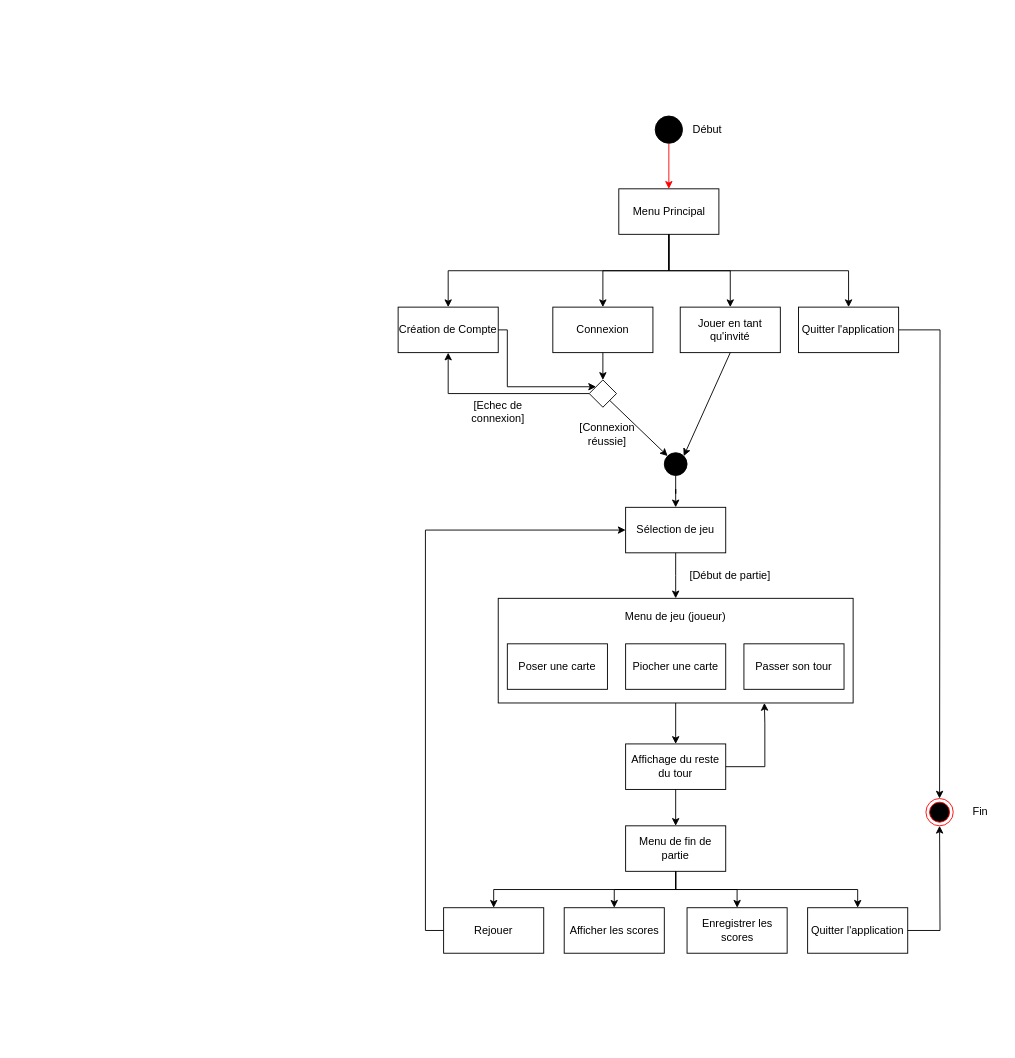
The draw.io diagram Diagrams/State Diagram.drawio in MailineN/ProjetInfo2A, before the edit. Source tidied: cells renumbered, new cells numbered last; positions are measured from the earlier drawing's top-left corner, leaving out a move shared by most shapes. Both pictures are drawn from the tidied source at 91%, with x=0, y=0 at pixel (398, 116).
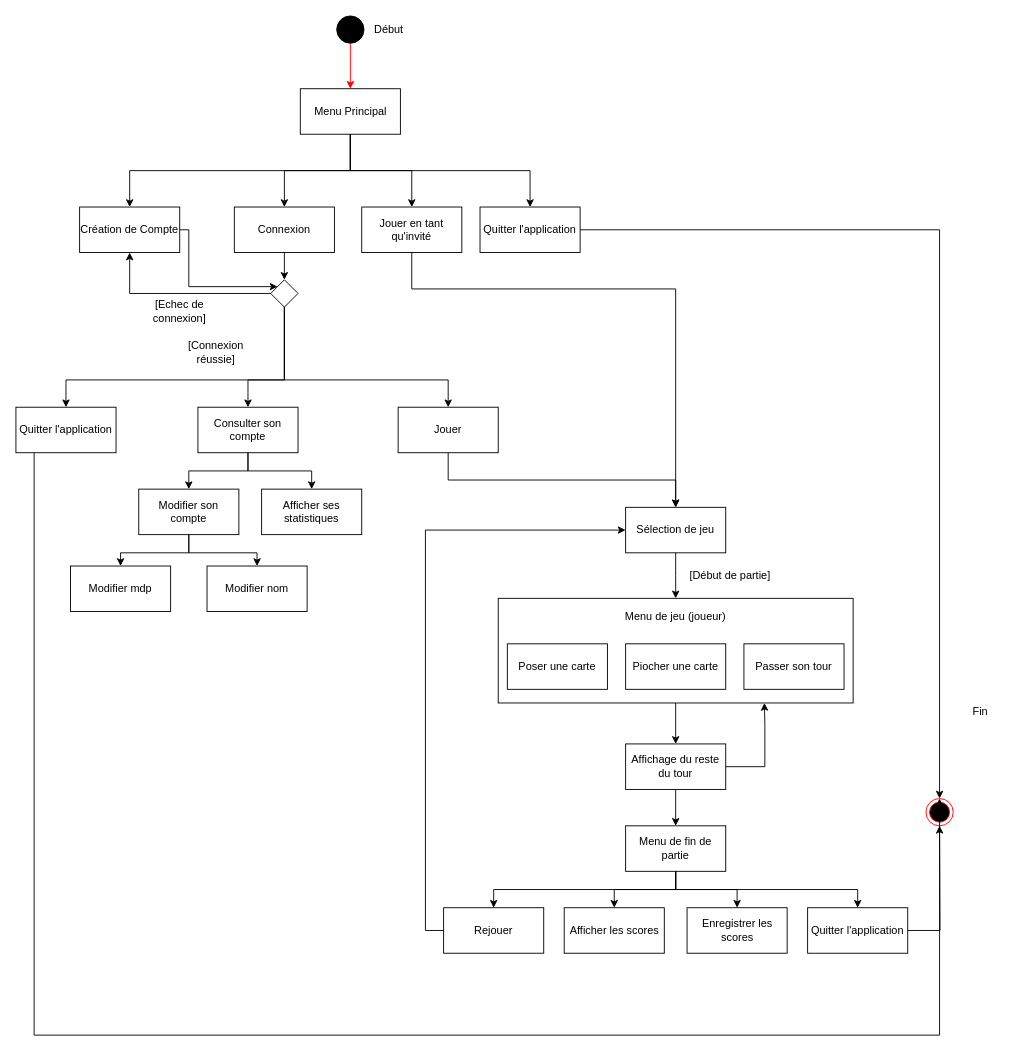
The same diagram, later.

The change refers to these unchanged cells:
```xml
<mxCell id="2" style="ellipse;html=1;shape=endState;fillColor=#000000;strokeColor=#ff0000;" parent="1" vertex="1">
  <mxGeometry x="580" y="750" width="30" height="30" as="geometry" />
</mxCell>
<mxCell id="16" value="Sélection de jeu" style="rounded=0;whiteSpace=wrap;html=1;fillColor=none;" parent="1" vertex="1">
  <mxGeometry x="250" y="430" width="110" height="50" as="geometry" />
</mxCell>
```

Change to the diagram source:
```diff
@@
     <mxCell id="3" value="Début" style="text;html=1;strokeColor=none;fillColor=none;align=center;verticalAlign=middle;whiteSpace=wrap;rounded=0;" parent="1" vertex="1">
-      <mxGeometry x="320" y="5" width="40" height="20" as="geometry" />
+      <mxGeometry x="-30" y="-105" width="40" height="20" as="geometry" />
     </mxCell>
     <mxCell id="4" style="ellipse;whiteSpace=wrap;html=1;fillColor=#000000;" parent="1" vertex="1">
-      <mxGeometry x="282.5" width="30" height="30" as="geometry" />
+      <mxGeometry x="-67.5" y="-110" width="30" height="30" as="geometry" />
     </mxCell>
     <mxCell id="5" style="endArrow=classic;html=1;exitX=0.5;exitY=1;exitDx=0;exitDy=0;strokeColor=#FF0000;" parent="1" edge="1" source="4">
       <mxGeometry relative="1" as="geometry">
-        <mxPoint x="297.5" y="80" as="targetPoint" />
+        <mxPoint x="-52.5" y="-30" as="targetPoint" />
       </mxGeometry>
     </mxCell>
@@
     <mxCell id="10" value="Menu Principal" style="rounded=0;whiteSpace=wrap;html=1;fillColor=none;" parent="1" vertex="1">
-      <mxGeometry x="242.5" y="80" width="110" height="50" as="geometry" />
+      <mxGeometry x="-107.5" y="-30" width="110" height="50" as="geometry" />
     </mxCell>
     <mxCell id="11" style="edgeStyle=orthogonalEdgeStyle;rounded=0;jettySize=auto;html=1;exitX=1;exitY=0.5;exitDx=0;exitDy=0;entryX=0;entryY=0;entryDx=0;entryDy=0;strokeColor=#000000;" parent="1" edge="1" source="12" target="49">
       <mxGeometry relative="1" as="geometry">
         <Array as="points">
-          <mxPoint x="120" y="235" />
-          <mxPoint x="120" y="298" />
+          <mxPoint x="-230" y="125" />
+          <mxPoint x="-230" y="188" />
         </Array>
       </mxGeometry>
     </mxCell>
     <mxCell id="12" value="Création de Compte" style="rounded=0;whiteSpace=wrap;html=1;fillColor=none;" parent="1" vertex="1">
-      <mxGeometry y="210" width="110" height="50" as="geometry" />
+      <mxGeometry x="-350" y="100" width="110" height="50" as="geometry" />
     </mxCell>
     <mxCell id="13" value="Connexion" style="rounded=0;whiteSpace=wrap;html=1;fillColor=none;" parent="1" vertex="1">
-      <mxGeometry x="170" y="210" width="110" height="50" as="geometry" />
+      <mxGeometry x="-180" y="100" width="110" height="50" as="geometry" />
     </mxCell>
+    <mxCell id="50" style="edgeStyle=orthogonalEdgeStyle;rounded=0;jettySize=auto;html=1;exitX=0.5;exitY=1;exitDx=0;exitDy=0;" parent="1" edge="1" source="14" target="16">
+      <mxGeometry relative="1" as="geometry">
+        <Array as="points">
+          <mxPoint x="15" y="190" />
+          <mxPoint x="305" y="190" />
+        </Array>
+      </mxGeometry>
+    </mxCell>
     <mxCell id="14" value="Jouer en tant qu'invité" style="rounded=0;whiteSpace=wrap;html=1;fillColor=none;" parent="1" vertex="1">
-      <mxGeometry x="310" y="210" width="110" height="50" as="geometry" />
+      <mxGeometry x="-40" y="100" width="110" height="50" as="geometry" />
     </mxCell>
@@
-    <mxCell id="17" style="edgeStyle=orthogonalEdgeStyle;rounded=0;jettySize=auto;html=1;exitX=0.5;exitY=1;exitDx=0;exitDy=0;" parent="1" edge="1" source="18" target="16">
-      <mxGeometry relative="1" as="geometry" />
-    </mxCell>
-    <mxCell id="18" style="ellipse;whiteSpace=wrap;html=1;fillColor=#000000;" parent="1" vertex="1">
-      <mxGeometry x="292.5" y="370" width="25" height="25" as="geometry" />
-    </mxCell>
-    <mxCell id="19" style="endArrow=classic;html=1;exitX=0.5;exitY=1;exitDx=0;exitDy=0;entryX=1;entryY=0;entryDx=0;entryDy=0;" parent="1" edge="1" source="14" target="18">
-      <mxGeometry relative="1" as="geometry" />
-    </mxCell>
     <mxCell id="20" style="endArrow=classic;html=1;exitX=0.5;exitY=1;exitDx=0;exitDy=0;entryX=0.5;entryY=0;entryDx=0;entryDy=0;" parent="1" edge="1" source="13">
       <mxGeometry relative="1" as="geometry">
-        <mxPoint x="225" y="290" as="targetPoint" />
+        <mxPoint x="-125" y="180" as="targetPoint" />
       </mxGeometry>
     </mxCell>
     <mxCell id="21" value="[Connexion réussie]" style="text;html=1;strokeColor=none;fillColor=none;align=center;verticalAlign=middle;whiteSpace=wrap;rounded=0;" parent="1" vertex="1">
-      <mxGeometry x="210" y="340" width="40" height="20" as="geometry" />
+      <mxGeometry x="-220" y="250" width="40" height="20" as="geometry" />
     </mxCell>
@@
-    <mxCell id="23" style="endArrow=classic;html=1;entryX=0;entryY=0;entryDx=0;entryDy=0;exitX=1;exitY=1;exitDx=0;exitDy=0;" parent="1" edge="1" source="49" target="18">
-      <mxGeometry relative="1" as="geometry" />
-    </mxCell>
     <mxCell id="24" value="[Echec de connexion]" style="text;html=1;strokeColor=none;fillColor=none;align=center;verticalAlign=middle;whiteSpace=wrap;rounded=0;" parent="1" vertex="1">
-      <mxGeometry x="90" y="315" width="40" height="20" as="geometry" />
+      <mxGeometry x="-260" y="205" width="40" height="20" as="geometry" />
     </mxCell>
@@
-    <mxCell id="34" style="edgeStyle=orthogonalEdgeStyle;rounded=0;jettySize=auto;html=1;exitX=1;exitY=0.5;exitDx=0;exitDy=0;entryX=0.5;entryY=0;entryDx=0;entryDy=0;strokeColor=#000000;" parent="1" edge="1" source="35">
-      <mxGeometry relative="1" as="geometry">
-        <mxPoint x="595" y="750" as="targetPoint" />
-      </mxGeometry>
+    <mxCell id="34" style="edgeStyle=orthogonalEdgeStyle;rounded=0;jettySize=auto;html=1;exitX=1;exitY=0.5;exitDx=0;exitDy=0;entryX=0.5;entryY=0;entryDx=0;entryDy=0;strokeColor=#000000;" parent="1" edge="1" source="35" target="2">
+      <mxGeometry relative="1" as="geometry" />
     </mxCell>
     <mxCell id="35" value="Quitter l'application" style="rounded=0;whiteSpace=wrap;html=1;fillColor=none;" parent="1" vertex="1">
-      <mxGeometry x="440" y="210" width="110" height="50" as="geometry" />
+      <mxGeometry x="90" y="100" width="110" height="50" as="geometry" />
     </mxCell>
@@
     <mxCell id="48" value="Fin" style="text;html=1;strokeColor=none;fillColor=none;align=center;verticalAlign=middle;whiteSpace=wrap;rounded=0;" parent="1" vertex="1">
-      <mxGeometry x="620" y="755" width="40" height="20" as="geometry" />
+      <mxGeometry x="620" y="645" width="40" height="20" as="geometry" />
     </mxCell>
+    <mxCell id="51" style="edgeStyle=orthogonalEdgeStyle;rounded=0;jettySize=auto;html=1;exitX=0.5;exitY=1;exitDx=0;exitDy=0;" parent="1" edge="1" source="49" target="55">
+      <mxGeometry relative="1" as="geometry">
+        <Array as="points">
+          <mxPoint x="-125" y="290" />
+          <mxPoint x="55" y="290" />
+        </Array>
+      </mxGeometry>
+    </mxCell>
+    <mxCell id="52" style="edgeStyle=orthogonalEdgeStyle;rounded=0;jettySize=auto;html=1;exitX=0.5;exitY=1;exitDx=0;exitDy=0;entryX=0.5;entryY=0;entryDx=0;entryDy=0;" parent="1" edge="1" source="49" target="58">
+      <mxGeometry relative="1" as="geometry">
+        <Array as="points">
+          <mxPoint x="-125" y="290" />
+          <mxPoint x="-165" y="290" />
+        </Array>
+      </mxGeometry>
+    </mxCell>
+    <mxCell id="53" style="edgeStyle=orthogonalEdgeStyle;rounded=0;jettySize=auto;html=1;exitX=0.5;exitY=1;exitDx=0;exitDy=0;" parent="1" edge="1" source="49" target="64">
+      <mxGeometry relative="1" as="geometry">
+        <Array as="points">
+          <mxPoint x="-125" y="290" />
+          <mxPoint x="-365" y="290" />
+        </Array>
+      </mxGeometry>
+    </mxCell>
     <mxCell id="49" style="rhombus;whiteSpace=wrap;html=1;" parent="1" vertex="1">
-      <mxGeometry x="210" y="290" width="30" height="30" as="geometry" />
+      <mxGeometry x="-140" y="180" width="30" height="30" as="geometry" />
     </mxCell>
+    <mxCell id="54" style="edgeStyle=orthogonalEdgeStyle;rounded=0;jettySize=auto;html=1;exitX=0.5;exitY=1;exitDx=0;exitDy=0;entryX=0.5;entryY=0;entryDx=0;entryDy=0;" parent="1" edge="1" source="55" target="16">
+      <mxGeometry relative="1" as="geometry" />
+    </mxCell>
+    <mxCell id="55" value="Jouer" style="rounded=0;whiteSpace=wrap;html=1;fillColor=none;" parent="1" vertex="1">
+      <mxGeometry y="320" width="110" height="50" as="geometry" />
+    </mxCell>
+    <mxCell id="56" style="edgeStyle=orthogonalEdgeStyle;rounded=0;jettySize=auto;html=1;exitX=0.5;exitY=1;exitDx=0;exitDy=0;entryX=0.5;entryY=0;entryDx=0;entryDy=0;" parent="1" edge="1" source="58" target="61">
+      <mxGeometry relative="1" as="geometry" />
+    </mxCell>
+    <mxCell id="57" style="edgeStyle=orthogonalEdgeStyle;rounded=0;jettySize=auto;html=1;exitX=0.5;exitY=1;exitDx=0;exitDy=0;entryX=0.5;entryY=0;entryDx=0;entryDy=0;" parent="1" edge="1" source="58" target="62">
+      <mxGeometry relative="1" as="geometry" />
+    </mxCell>
+    <mxCell id="58" value="Consulter son compte" style="rounded=0;whiteSpace=wrap;html=1;fillColor=none;" parent="1" vertex="1">
+      <mxGeometry x="-220" y="320" width="110" height="50" as="geometry" />
+    </mxCell>
+    <mxCell id="59" style="edgeStyle=orthogonalEdgeStyle;rounded=0;jettySize=auto;html=1;exitX=0.5;exitY=1;exitDx=0;exitDy=0;" parent="1" edge="1" source="61" target="66">
+      <mxGeometry relative="1" as="geometry" />
+    </mxCell>
+    <mxCell id="60" style="edgeStyle=orthogonalEdgeStyle;rounded=0;jettySize=auto;html=1;exitX=0.5;exitY=1;exitDx=0;exitDy=0;entryX=0.5;entryY=0;entryDx=0;entryDy=0;" parent="1" edge="1" source="61" target="65">
+      <mxGeometry relative="1" as="geometry" />
+    </mxCell>
+    <mxCell id="61" value="Modifier son compte" style="rounded=0;whiteSpace=wrap;html=1;fillColor=none;" parent="1" vertex="1">
+      <mxGeometry x="-285" y="410" width="110" height="50" as="geometry" />
+    </mxCell>
+    <mxCell id="62" value="Afficher ses statistiques" style="rounded=0;whiteSpace=wrap;html=1;fillColor=none;" parent="1" vertex="1">
+      <mxGeometry x="-150" y="410" width="110" height="50" as="geometry" />
+    </mxCell>
+    <mxCell id="63" style="edgeStyle=orthogonalEdgeStyle;rounded=0;jettySize=auto;html=1;entryX=0.5;entryY=0;entryDx=0;entryDy=0;" parent="1" edge="1" source="64" target="2">
+      <mxGeometry relative="1" as="geometry">
+        <Array as="points">
+          <mxPoint x="-400" y="1010" />
+          <mxPoint x="595" y="1010" />
+        </Array>
+      </mxGeometry>
+    </mxCell>
+    <mxCell id="64" value="Quitter l'application" style="rounded=0;whiteSpace=wrap;html=1;fillColor=none;" parent="1" vertex="1">
+      <mxGeometry x="-420" y="320" width="110" height="50" as="geometry" />
+    </mxCell>
+    <mxCell id="65" value="Modifier mdp" style="rounded=0;whiteSpace=wrap;html=1;fillColor=none;" parent="1" vertex="1">
+      <mxGeometry x="-360" y="494.5" width="110" height="50" as="geometry" />
+    </mxCell>
+    <mxCell id="66" value="Modifier nom" style="rounded=0;whiteSpace=wrap;html=1;fillColor=none;" parent="1" vertex="1">
+      <mxGeometry x="-210" y="494.5" width="110" height="50" as="geometry" />
+    </mxCell>
```
